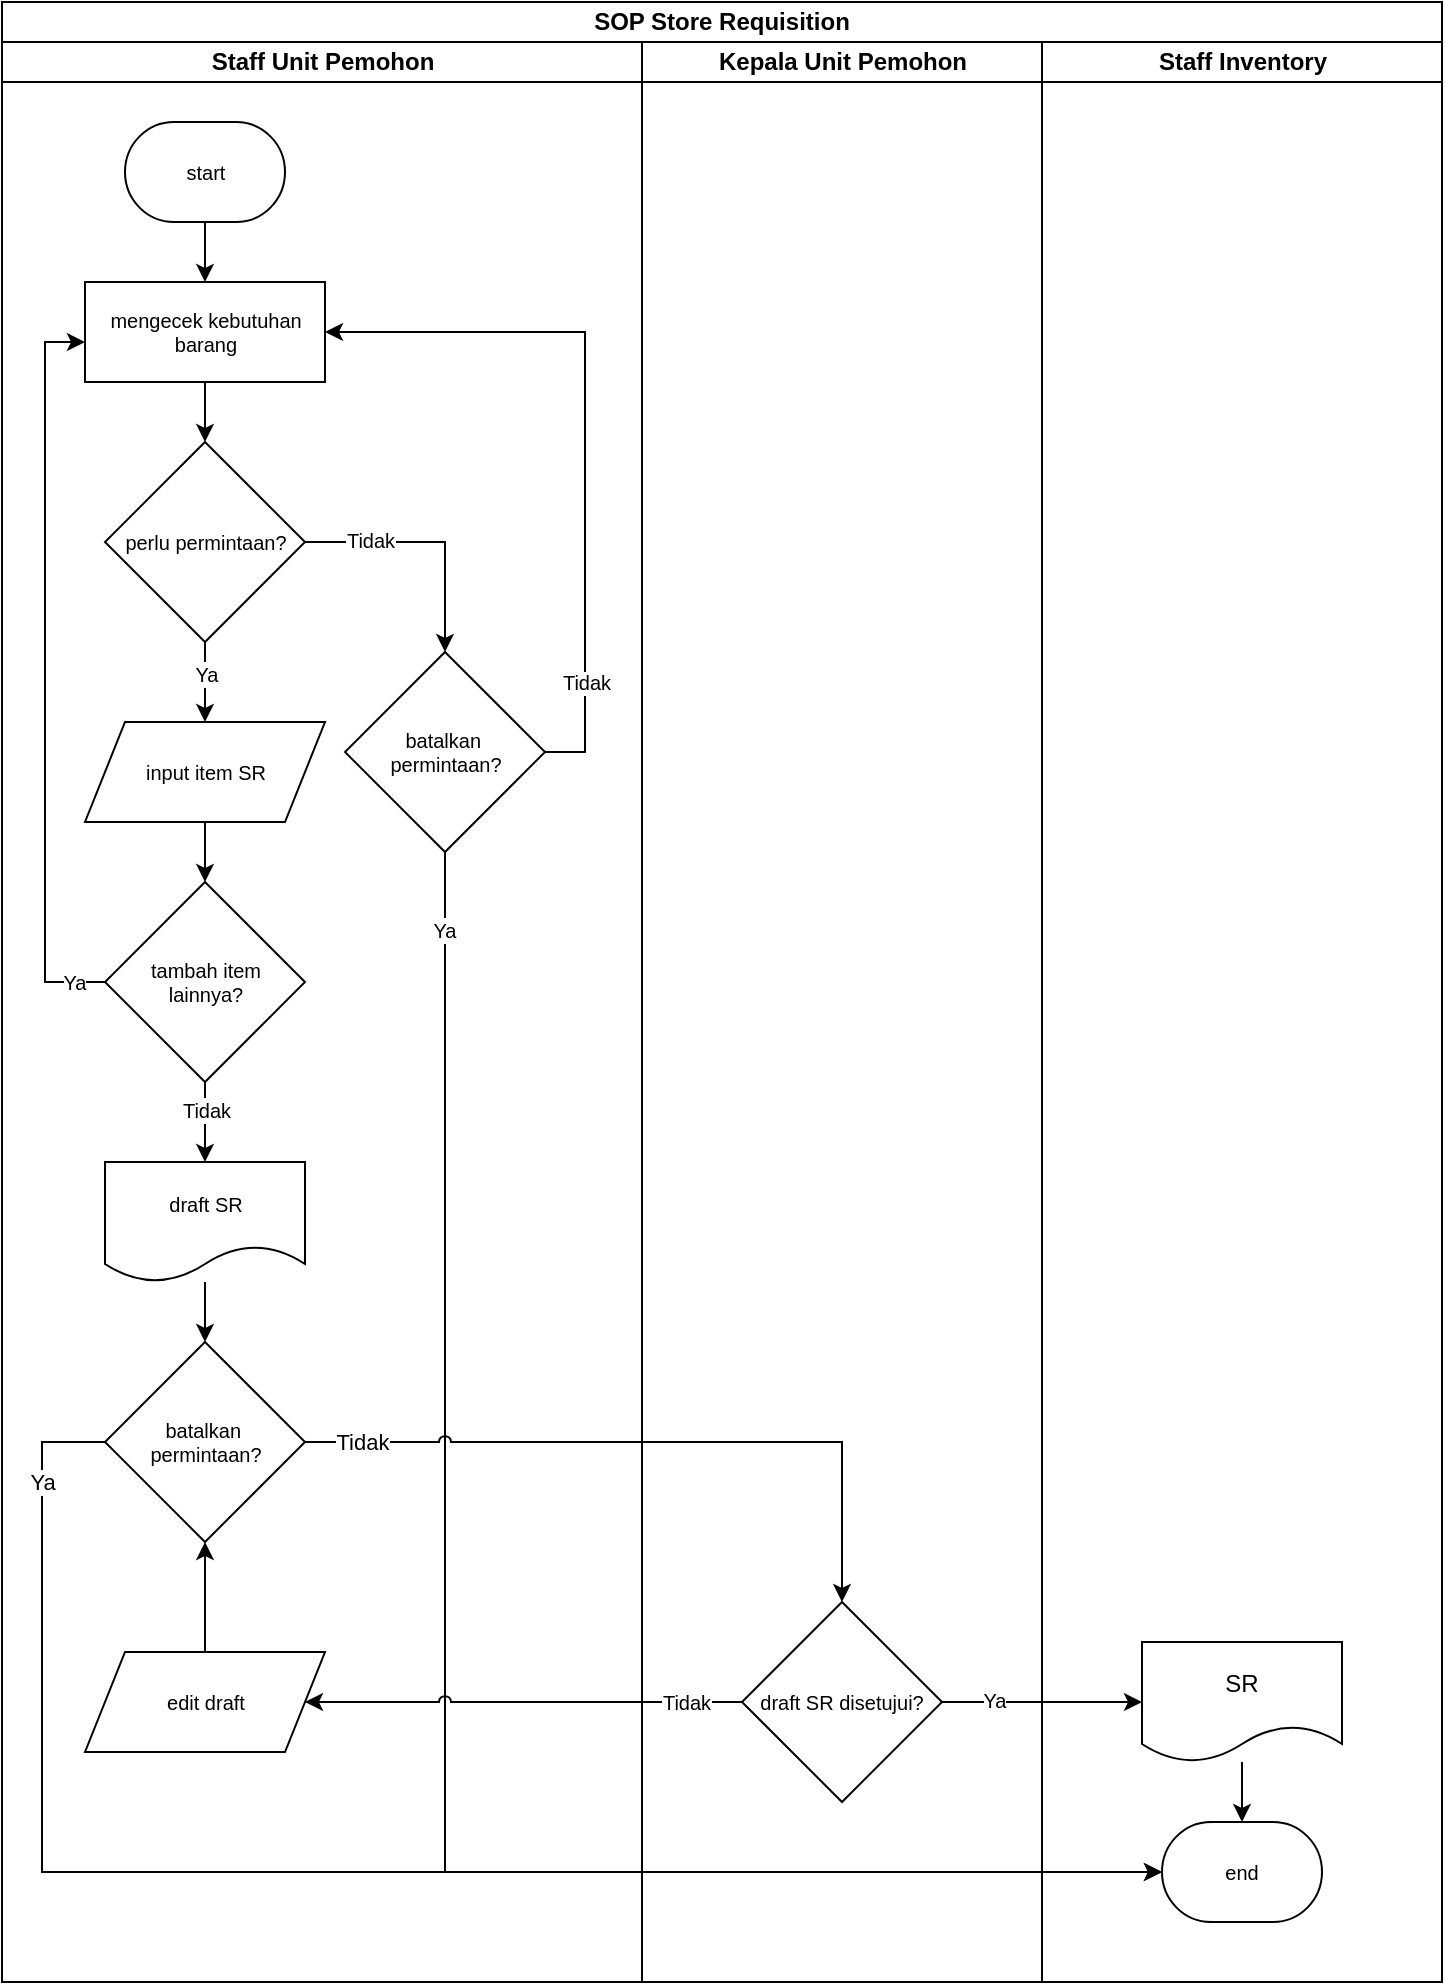
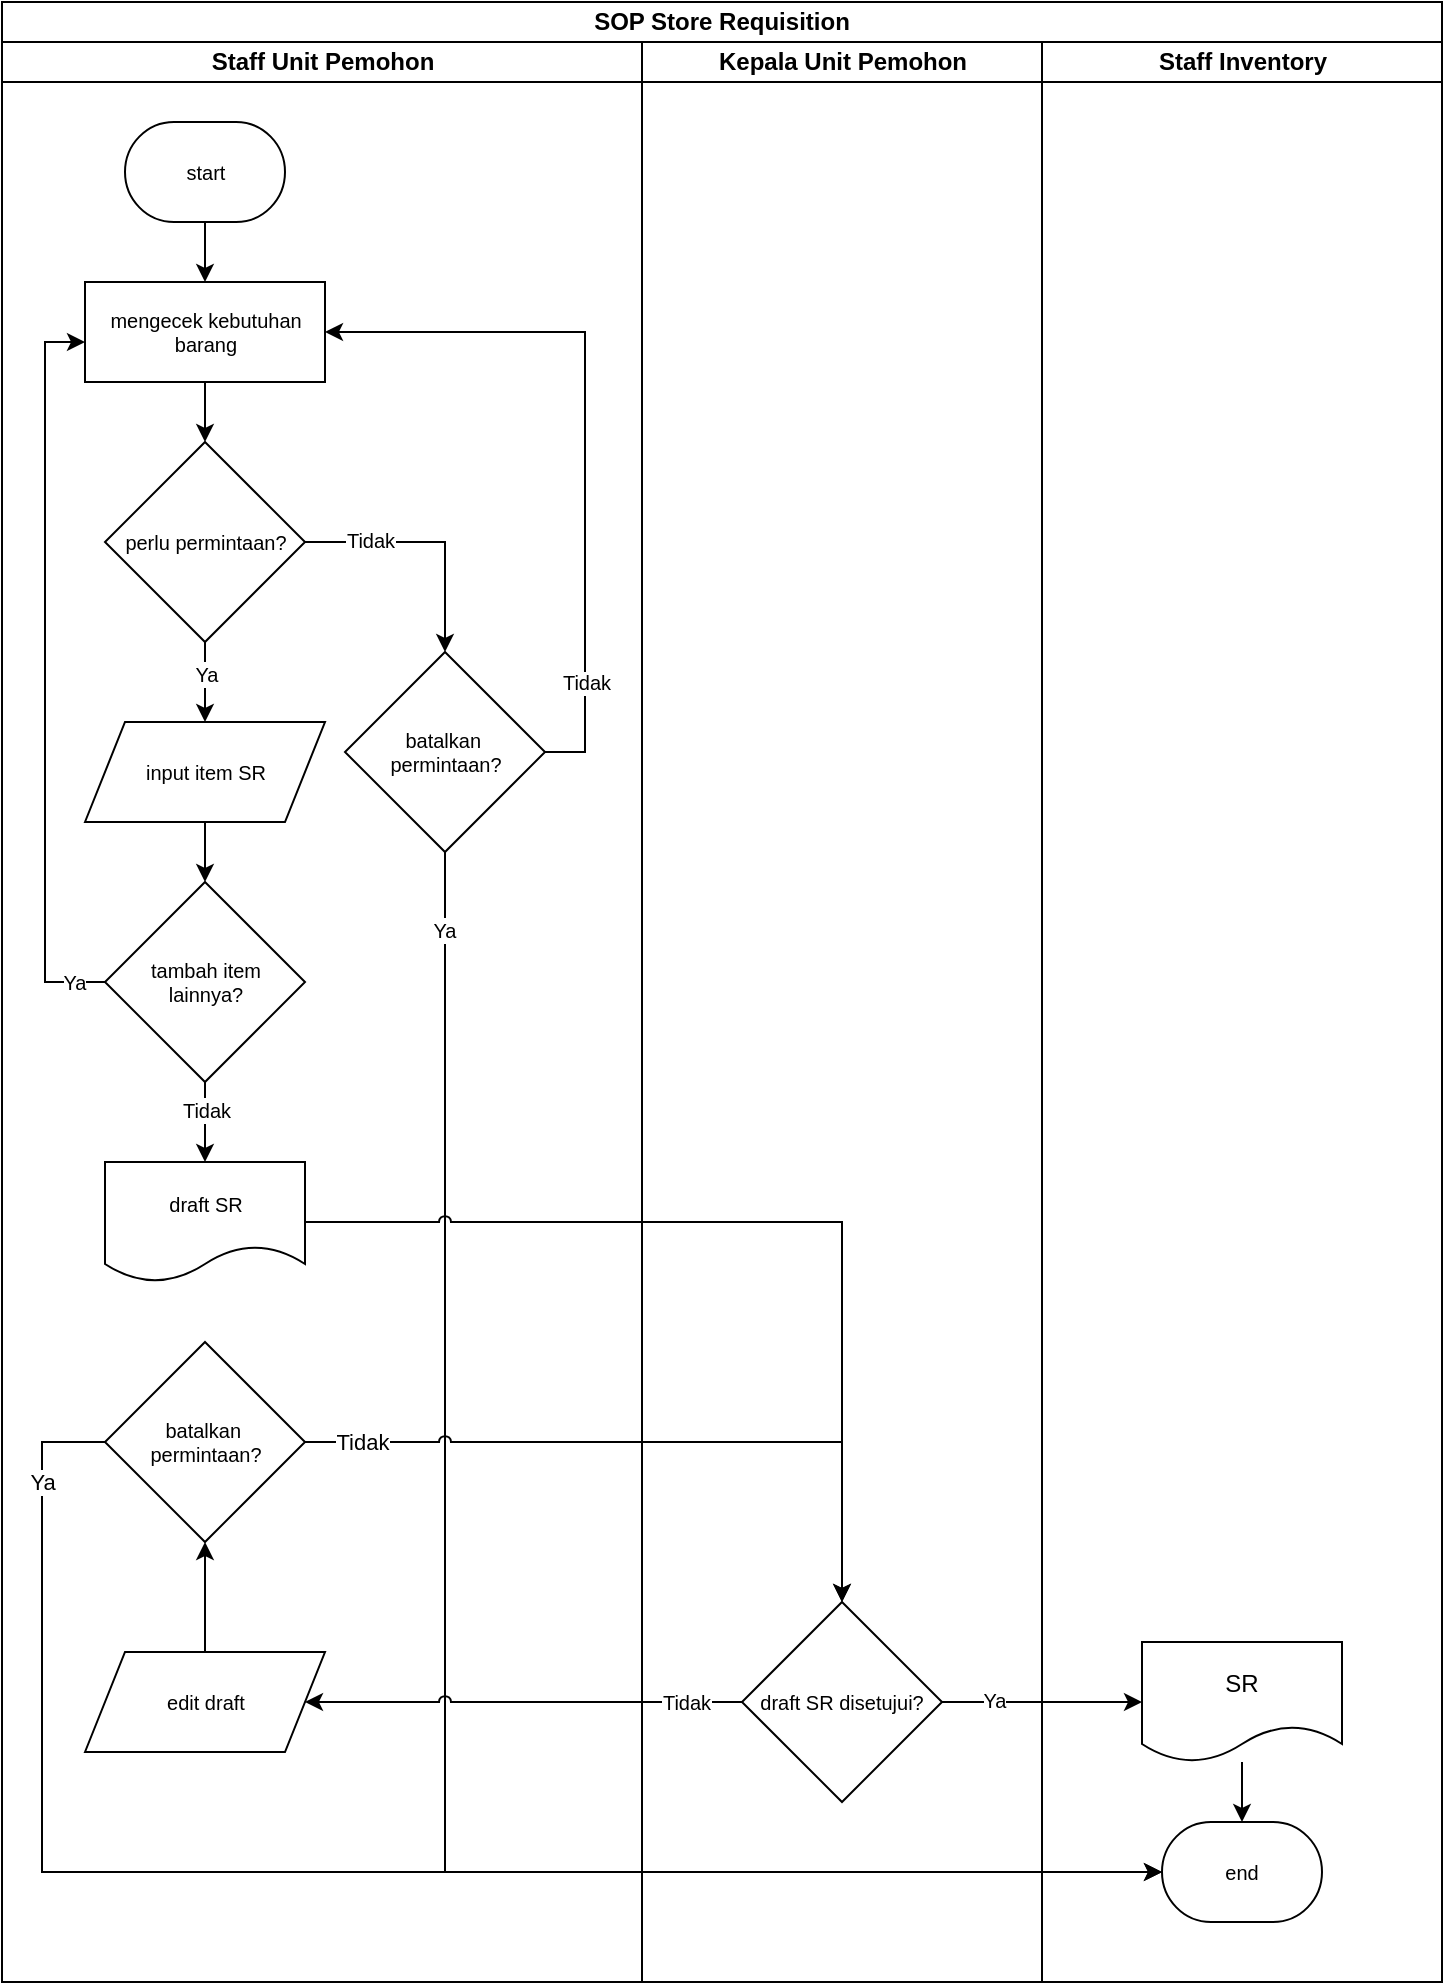
<mxfile host="app.diagrams.net" pages="2">
  <diagram name="SOP SR" id="mYAdajV0IufZudDyt58S">
    <mxGraphModel dx="673" dy="379" grid="1" gridSize="10" guides="1" tooltips="1" connect="1" arrows="1" fold="1" page="1" pageScale="1" pageWidth="850" pageHeight="1100" math="0" shadow="0">
      <root>
        <mxCell id="ewqPmyVIHkz6pLOVAfYW-0" />
        <mxCell id="ewqPmyVIHkz6pLOVAfYW-1" parent="ewqPmyVIHkz6pLOVAfYW-0" />
        <mxCell id="ewqPmyVIHkz6pLOVAfYW-2" parent="ewqPmyVIHkz6pLOVAfYW-1" style="swimlane;html=1;childLayout=stackLayout;resizeParent=1;resizeParentMax=0;startSize=20;whiteSpace=wrap;" value="SOP Store Requisition" vertex="1">
          <mxGeometry height="990" width="720" x="600" y="330" as="geometry">
            <mxRectangle height="30" width="210" x="140" y="110" as="alternateBounds" />
          </mxGeometry>
        </mxCell>
        <mxCell id="ewqPmyVIHkz6pLOVAfYW-3" parent="ewqPmyVIHkz6pLOVAfYW-2" style="swimlane;html=1;startSize=20;" value="Staff Unit Pemohon" vertex="1">
          <mxGeometry height="970" width="320" y="20" as="geometry" />
        </mxCell>
        <mxCell id="ewqPmyVIHkz6pLOVAfYW-4" parent="ewqPmyVIHkz6pLOVAfYW-3" style="strokeWidth=1;html=1;shape=mxgraph.flowchart.terminator;whiteSpace=wrap;fontSize=10;align=center;horizontal=1;spacing=0;" value="start" vertex="1">
          <mxGeometry height="50" width="80" x="61.5" y="40" as="geometry" />
        </mxCell>
        <mxCell id="ewqPmyVIHkz6pLOVAfYW-5" parent="ewqPmyVIHkz6pLOVAfYW-3" style="rounded=0;whiteSpace=wrap;html=1;absoluteArcSize=1;arcSize=7;strokeWidth=1;fontSize=10;" value="mengecek kebutuhan barang" vertex="1">
          <mxGeometry height="50" width="120" x="41.5" y="120" as="geometry" />
        </mxCell>
        <mxCell id="ewqPmyVIHkz6pLOVAfYW-6" edge="1" parent="ewqPmyVIHkz6pLOVAfYW-3" source="ewqPmyVIHkz6pLOVAfYW-5" style="edgeStyle=orthogonalEdgeStyle;rounded=0;orthogonalLoop=1;jettySize=auto;html=1;" value="">
          <mxGeometry relative="1" as="geometry">
            <mxPoint x="101.5" y="200" as="targetPoint" />
          </mxGeometry>
        </mxCell>
        <mxCell id="ewqPmyVIHkz6pLOVAfYW-7" edge="1" parent="ewqPmyVIHkz6pLOVAfYW-3" source="ewqPmyVIHkz6pLOVAfYW-4" style="edgeStyle=orthogonalEdgeStyle;rounded=0;orthogonalLoop=1;jettySize=auto;html=1;" target="ewqPmyVIHkz6pLOVAfYW-5" value="">
          <mxGeometry relative="1" as="geometry" />
        </mxCell>
        <mxCell id="ewqPmyVIHkz6pLOVAfYW-8" edge="1" parent="ewqPmyVIHkz6pLOVAfYW-3" source="ewqPmyVIHkz6pLOVAfYW-9" style="edgeStyle=orthogonalEdgeStyle;rounded=0;orthogonalLoop=1;jettySize=auto;html=1;entryX=0.5;entryY=0;entryDx=0;entryDy=0;" target="ewqPmyVIHkz6pLOVAfYW-14" value="">
          <mxGeometry relative="1" as="geometry">
            <mxPoint x="101.52564102564111" y="330" as="targetPoint" />
          </mxGeometry>
        </mxCell>
        <mxCell id="OhGSODvtPTQOCyl8h_7D-8" connectable="0" parent="ewqPmyVIHkz6pLOVAfYW-8" style="edgeLabel;html=1;align=center;verticalAlign=middle;resizable=0;points=[];" value="&lt;font style=&quot;font-size: 10px;&quot;&gt;Ya&lt;/font&gt;" vertex="1">
          <mxGeometry relative="1" x="-0.6444" y="-1" as="geometry">
            <mxPoint x="1" y="9" as="offset" />
          </mxGeometry>
        </mxCell>
        <mxCell id="ewqPmyVIHkz6pLOVAfYW-9" parent="ewqPmyVIHkz6pLOVAfYW-3" style="rhombus;whiteSpace=wrap;html=1;fontSize=10;" value="perlu permintaan?" vertex="1">
          <mxGeometry height="100" width="100" x="51.5" y="200" as="geometry" />
        </mxCell>
        <mxCell id="ewqPmyVIHkz6pLOVAfYW-10" edge="1" parent="ewqPmyVIHkz6pLOVAfYW-3" source="ewqPmyVIHkz6pLOVAfYW-14" style="edgeStyle=orthogonalEdgeStyle;rounded=0;orthogonalLoop=1;jettySize=auto;html=1;" target="ewqPmyVIHkz6pLOVAfYW-13" value="">
          <mxGeometry relative="1" as="geometry">
            <Array as="points" />
            <mxPoint x="101.5" y="380" as="sourcePoint" />
          </mxGeometry>
        </mxCell>
        <mxCell id="ewqPmyVIHkz6pLOVAfYW-11" edge="1" parent="ewqPmyVIHkz6pLOVAfYW-3" source="ewqPmyVIHkz6pLOVAfYW-13" style="edgeStyle=orthogonalEdgeStyle;rounded=0;orthogonalLoop=1;jettySize=auto;html=1;" target="ewqPmyVIHkz6pLOVAfYW-5">
          <mxGeometry relative="1" as="geometry">
            <Array as="points">
              <mxPoint x="21.5" y="470" />
              <mxPoint x="21.5" y="150" />
            </Array>
            <mxPoint x="101.5" y="110" as="targetPoint" />
          </mxGeometry>
        </mxCell>
        <mxCell id="OhGSODvtPTQOCyl8h_7D-11" connectable="0" parent="ewqPmyVIHkz6pLOVAfYW-11" style="edgeLabel;html=1;align=center;verticalAlign=middle;resizable=0;points=[];" value="&lt;font style=&quot;font-size: 10px;&quot;&gt;Ya&lt;/font&gt;" vertex="1">
          <mxGeometry relative="1" x="-0.913" as="geometry">
            <mxPoint as="offset" />
          </mxGeometry>
        </mxCell>
        <mxCell id="ewqPmyVIHkz6pLOVAfYW-12" edge="1" parent="ewqPmyVIHkz6pLOVAfYW-3" source="ewqPmyVIHkz6pLOVAfYW-13" style="edgeStyle=orthogonalEdgeStyle;rounded=0;orthogonalLoop=1;jettySize=auto;html=1;entryX=0.5;entryY=0;entryDx=0;entryDy=0;" target="ewqPmyVIHkz6pLOVAfYW-15" value="">
          <mxGeometry relative="1" as="geometry">
            <mxPoint x="101.5" y="550" as="targetPoint" />
          </mxGeometry>
        </mxCell>
        <mxCell id="OhGSODvtPTQOCyl8h_7D-13" connectable="0" parent="ewqPmyVIHkz6pLOVAfYW-12" style="edgeLabel;html=1;align=center;verticalAlign=middle;resizable=0;points=[];" value="&lt;font style=&quot;font-size: 10px;&quot;&gt;Tidak&lt;/font&gt;" vertex="1">
          <mxGeometry relative="1" x="-0.49" y="-1" as="geometry">
            <mxPoint x="1" y="4" as="offset" />
          </mxGeometry>
        </mxCell>
        <mxCell id="ewqPmyVIHkz6pLOVAfYW-13" parent="ewqPmyVIHkz6pLOVAfYW-3" style="rhombus;whiteSpace=wrap;html=1;fontSize=10;" value="tambah item&lt;div&gt;lainnya?&lt;/div&gt;" vertex="1">
          <mxGeometry height="100" width="100" x="51.5" y="420" as="geometry" />
        </mxCell>
        <mxCell id="ewqPmyVIHkz6pLOVAfYW-14" parent="ewqPmyVIHkz6pLOVAfYW-3" style="shape=parallelogram;perimeter=parallelogramPerimeter;whiteSpace=wrap;html=1;fixedSize=1;" value="&lt;div style=&quot;&quot;&gt;&lt;span style=&quot;font-size: 10px;&quot;&gt;input item SR&lt;/span&gt;&lt;/div&gt;" vertex="1">
          <mxGeometry height="50" width="120" x="41.5" y="340" as="geometry" />
        </mxCell>
-         <mxCell id="OhGSODvtPTQOCyl8h_7D-12" edge="1" parent="ewqPmyVIHkz6pLOVAfYW-3" source="ewqPmyVIHkz6pLOVAfYW-15" style="edgeStyle=orthogonalEdgeStyle;rounded=0;orthogonalLoop=1;jettySize=auto;html=1;entryX=0.5;entryY=0;entryDx=0;entryDy=0;" target="OhGSODvtPTQOCyl8h_7D-0">
-           <mxGeometry relative="1" as="geometry" />
-         </mxCell>
        <mxCell id="ewqPmyVIHkz6pLOVAfYW-15" parent="ewqPmyVIHkz6pLOVAfYW-3" style="shape=document;whiteSpace=wrap;html=1;boundedLbl=1;" value="&lt;font style=&quot;font-size: 10px;&quot;&gt;draft SR&lt;/font&gt;" vertex="1">
          <mxGeometry height="60" width="100" x="51.5" y="560" as="geometry" />
        </mxCell>
        <mxCell id="ewqPmyVIHkz6pLOVAfYW-18" edge="1" parent="ewqPmyVIHkz6pLOVAfYW-3" source="ewqPmyVIHkz6pLOVAfYW-9" style="edgeStyle=orthogonalEdgeStyle;rounded=0;orthogonalLoop=1;jettySize=auto;html=1;" target="ewqPmyVIHkz6pLOVAfYW-20">
          <mxGeometry relative="1" as="geometry">
            <Array as="points">
              <mxPoint x="221.5" y="250" />
            </Array>
          </mxGeometry>
        </mxCell>
        <mxCell id="OhGSODvtPTQOCyl8h_7D-7" connectable="0" parent="ewqPmyVIHkz6pLOVAfYW-18" style="edgeLabel;html=1;align=center;verticalAlign=middle;resizable=0;points=[];" value="&lt;span style=&quot;font-size: 10px; white-space: normal;&quot;&gt;Tidak&lt;/span&gt;" vertex="1">
          <mxGeometry relative="1" x="-0.4896" y="1" as="geometry">
            <mxPoint as="offset" />
          </mxGeometry>
        </mxCell>
        <mxCell id="ewqPmyVIHkz6pLOVAfYW-19" edge="1" parent="ewqPmyVIHkz6pLOVAfYW-3" source="ewqPmyVIHkz6pLOVAfYW-20" style="edgeStyle=orthogonalEdgeStyle;rounded=0;orthogonalLoop=1;jettySize=auto;html=1;" target="ewqPmyVIHkz6pLOVAfYW-5">
          <mxGeometry relative="1" as="geometry">
            <Array as="points">
              <mxPoint x="291.5" y="355" />
              <mxPoint x="291.5" y="145" />
            </Array>
          </mxGeometry>
        </mxCell>
        <mxCell id="OhGSODvtPTQOCyl8h_7D-6" connectable="0" parent="ewqPmyVIHkz6pLOVAfYW-19" style="edgeLabel;html=1;align=center;verticalAlign=middle;resizable=0;points=[];fontSize=10;" value="Tidak" vertex="1">
          <mxGeometry relative="1" x="-0.5585" as="geometry">
            <mxPoint y="24" as="offset" />
          </mxGeometry>
        </mxCell>
        <mxCell id="ewqPmyVIHkz6pLOVAfYW-20" parent="ewqPmyVIHkz6pLOVAfYW-3" style="rhombus;whiteSpace=wrap;html=1;fontSize=10;" value="batalkan&amp;nbsp;&lt;div&gt;permintaan?&lt;/div&gt;" vertex="1">
          <mxGeometry height="100" width="100" x="171.5" y="305" as="geometry" />
        </mxCell>
        <mxCell id="OhGSODvtPTQOCyl8h_7D-0" parent="ewqPmyVIHkz6pLOVAfYW-3" style="rhombus;whiteSpace=wrap;html=1;fontSize=10;" value="batalkan&amp;nbsp;&lt;div&gt;permintaan?&lt;/div&gt;" vertex="1">
          <mxGeometry height="100" width="100" x="51.5" y="650" as="geometry" />
        </mxCell>
        <mxCell id="ewqPmyVIHkz6pLOVAfYW-16" edge="1" parent="ewqPmyVIHkz6pLOVAfYW-3" source="ewqPmyVIHkz6pLOVAfYW-17" style="edgeStyle=orthogonalEdgeStyle;rounded=0;orthogonalLoop=1;jettySize=auto;html=1;entryX=0.5;entryY=1;entryDx=0;entryDy=0;" target="OhGSODvtPTQOCyl8h_7D-0" value="">
          <mxGeometry relative="1" as="geometry">
            <mxPoint x="131.5" y="770" as="targetPoint" />
          </mxGeometry>
        </mxCell>
        <mxCell id="ewqPmyVIHkz6pLOVAfYW-17" parent="ewqPmyVIHkz6pLOVAfYW-3" style="shape=parallelogram;perimeter=parallelogramPerimeter;whiteSpace=wrap;html=1;fixedSize=1;" value="&lt;span style=&quot;font-size: 10px;&quot;&gt;edit draft&lt;/span&gt;" vertex="1">
          <mxGeometry height="50" width="120" x="41.5" y="805" as="geometry" />
        </mxCell>
        <mxCell id="ewqPmyVIHkz6pLOVAfYW-27" parent="ewqPmyVIHkz6pLOVAfYW-2" style="swimlane;html=1;startSize=20;" value="Kepala Unit Pemohon" vertex="1">
          <mxGeometry height="970" width="200" x="320" y="20" as="geometry" />
        </mxCell>
        <mxCell id="ewqPmyVIHkz6pLOVAfYW-31" parent="ewqPmyVIHkz6pLOVAfYW-2" style="swimlane;html=1;startSize=20;" value="Staff Inventory" vertex="1">
          <mxGeometry height="970" width="200" x="520" y="20" as="geometry">
            <mxRectangle height="810" width="40" x="490" y="20" as="alternateBounds" />
          </mxGeometry>
        </mxCell>
        <mxCell id="ewqPmyVIHkz6pLOVAfYW-28" parent="ewqPmyVIHkz6pLOVAfYW-31" style="rhombus;whiteSpace=wrap;html=1;fontSize=10;" value="draft SR disetujui?" vertex="1">
          <mxGeometry height="100" width="100" x="-150" y="780" as="geometry" />
        </mxCell>
        <mxCell id="ewqPmyVIHkz6pLOVAfYW-32" edge="1" parent="ewqPmyVIHkz6pLOVAfYW-31" source="ewqPmyVIHkz6pLOVAfYW-33" style="edgeStyle=orthogonalEdgeStyle;rounded=0;orthogonalLoop=1;jettySize=auto;html=1;" target="ewqPmyVIHkz6pLOVAfYW-34" value="">
          <mxGeometry relative="1" as="geometry" />
        </mxCell>
        <mxCell id="ewqPmyVIHkz6pLOVAfYW-33" parent="ewqPmyVIHkz6pLOVAfYW-31" style="shape=document;whiteSpace=wrap;html=1;boundedLbl=1;" value="SR" vertex="1">
          <mxGeometry height="60" width="100" x="50" y="800" as="geometry" />
        </mxCell>
        <mxCell id="ewqPmyVIHkz6pLOVAfYW-34" parent="ewqPmyVIHkz6pLOVAfYW-31" style="strokeWidth=1;html=1;shape=mxgraph.flowchart.terminator;whiteSpace=wrap;fontSize=10;align=center;horizontal=1;spacing=0;" value="end" vertex="1">
          <mxGeometry height="50" width="80" x="60" y="890" as="geometry" />
        </mxCell>
        <mxCell id="ewqPmyVIHkz6pLOVAfYW-36" edge="1" parent="ewqPmyVIHkz6pLOVAfYW-31" source="ewqPmyVIHkz6pLOVAfYW-28" style="edgeStyle=orthogonalEdgeStyle;rounded=0;orthogonalLoop=1;jettySize=auto;html=1;" target="ewqPmyVIHkz6pLOVAfYW-33" value="">
          <mxGeometry relative="1" as="geometry" />
        </mxCell>
        <mxCell id="OhGSODvtPTQOCyl8h_7D-15" connectable="0" parent="ewqPmyVIHkz6pLOVAfYW-36" style="edgeLabel;html=1;align=center;verticalAlign=middle;resizable=0;points=[];" value="&lt;font style=&quot;font-size: 10px;&quot;&gt;Ya&lt;/font&gt;" vertex="1">
          <mxGeometry relative="1" x="-0.479" y="1" as="geometry">
            <mxPoint as="offset" />
          </mxGeometry>
        </mxCell>
        <mxCell id="ewqPmyVIHkz6pLOVAfYW-38" edge="1" parent="ewqPmyVIHkz6pLOVAfYW-2" source="ewqPmyVIHkz6pLOVAfYW-20" style="edgeStyle=orthogonalEdgeStyle;rounded=0;orthogonalLoop=1;jettySize=auto;html=1;jumpStyle=arc;" target="ewqPmyVIHkz6pLOVAfYW-34">
          <mxGeometry relative="1" as="geometry">
            <Array as="points">
              <mxPoint x="222" y="935" />
            </Array>
          </mxGeometry>
        </mxCell>
        <mxCell id="OhGSODvtPTQOCyl8h_7D-10" connectable="0" parent="ewqPmyVIHkz6pLOVAfYW-38" style="edgeLabel;html=1;align=center;verticalAlign=middle;resizable=0;points=[];" value="&lt;font style=&quot;font-size: 10px;&quot;&gt;Ya&lt;/font&gt;" vertex="1">
          <mxGeometry relative="1" x="-0.9101" y="-1" as="geometry">
            <mxPoint as="offset" />
          </mxGeometry>
        </mxCell>
        <mxCell id="ewqPmyVIHkz6pLOVAfYW-35" edge="1" parent="ewqPmyVIHkz6pLOVAfYW-2" source="OhGSODvtPTQOCyl8h_7D-0" style="edgeStyle=orthogonalEdgeStyle;rounded=0;orthogonalLoop=1;jettySize=auto;html=1;exitX=1;exitY=0.5;exitDx=0;exitDy=0;jumpStyle=arc;" target="ewqPmyVIHkz6pLOVAfYW-28">
          <mxGeometry relative="1" as="geometry">
            <mxPoint x="170" y="760" as="sourcePoint" />
          </mxGeometry>
        </mxCell>
        <mxCell id="OhGSODvtPTQOCyl8h_7D-3" connectable="0" parent="ewqPmyVIHkz6pLOVAfYW-35" style="edgeLabel;html=1;align=center;verticalAlign=middle;resizable=0;points=[];" value="Tidak" vertex="1">
          <mxGeometry relative="1" x="-0.7504" y="-1" as="geometry">
            <mxPoint x="-15" y="-1" as="offset" />
          </mxGeometry>
        </mxCell>
        <mxCell id="OhGSODvtPTQOCyl8h_7D-1" edge="1" parent="ewqPmyVIHkz6pLOVAfYW-2" source="OhGSODvtPTQOCyl8h_7D-0" style="edgeStyle=orthogonalEdgeStyle;rounded=0;orthogonalLoop=1;jettySize=auto;html=1;entryX=0;entryY=0.5;entryDx=0;entryDy=0;entryPerimeter=0;jumpStyle=arc;" target="ewqPmyVIHkz6pLOVAfYW-34">
          <mxGeometry relative="1" as="geometry">
            <Array as="points">
              <mxPoint x="20" y="720" />
              <mxPoint x="20" y="935" />
            </Array>
          </mxGeometry>
        </mxCell>
        <mxCell id="OhGSODvtPTQOCyl8h_7D-2" connectable="0" parent="OhGSODvtPTQOCyl8h_7D-1" style="edgeLabel;html=1;align=center;verticalAlign=middle;resizable=0;points=[];" value="Ya" vertex="1">
          <mxGeometry relative="1" x="-0.9591" y="-1" as="geometry">
            <mxPoint x="-15" y="21" as="offset" />
          </mxGeometry>
        </mxCell>
        <mxCell id="ewqPmyVIHkz6pLOVAfYW-37" edge="1" parent="ewqPmyVIHkz6pLOVAfYW-2" source="ewqPmyVIHkz6pLOVAfYW-28" style="edgeStyle=orthogonalEdgeStyle;rounded=0;orthogonalLoop=1;jettySize=auto;html=1;jumpStyle=arc;" target="ewqPmyVIHkz6pLOVAfYW-17">
          <mxGeometry relative="1" as="geometry">
            <Array as="points" />
            <mxPoint x="130" y="850" as="targetPoint" />
          </mxGeometry>
        </mxCell>
        <mxCell id="OhGSODvtPTQOCyl8h_7D-14" connectable="0" parent="ewqPmyVIHkz6pLOVAfYW-37" style="edgeLabel;html=1;align=center;verticalAlign=middle;resizable=0;points=[];" value="&lt;font style=&quot;font-size: 10px;&quot;&gt;Tidak&lt;/font&gt;" vertex="1">
          <mxGeometry relative="1" x="-0.7459" as="geometry">
            <mxPoint as="offset" />
          </mxGeometry>
+         </mxCell>
+         <mxCell id="OhGSODvtPTQOCyl8h_7D-16" edge="1" parent="ewqPmyVIHkz6pLOVAfYW-2" source="ewqPmyVIHkz6pLOVAfYW-15" style="edgeStyle=orthogonalEdgeStyle;rounded=0;orthogonalLoop=1;jettySize=auto;html=1;entryX=0.5;entryY=0;entryDx=0;entryDy=0;jumpStyle=arc;" target="ewqPmyVIHkz6pLOVAfYW-28">
+           <mxGeometry relative="1" as="geometry" />
        </mxCell>
      </root>
    </mxGraphModel>
  </diagram>
  <diagram name="SOP PR" id="-7YdF_Z_4hD_neaPn9do">
    <mxGraphModel dx="849" dy="478" grid="1" gridSize="10" guides="1" tooltips="1" connect="1" arrows="1" fold="1" page="1" pageScale="1" pageWidth="850" pageHeight="1100" math="0" shadow="0">
      <root>
        <mxCell id="0" />
        <mxCell id="1" parent="0" />
        <mxCell id="FgAdxiRBUQnmOL_wIOqZ-3" parent="1" style="swimlane;html=1;childLayout=stackLayout;resizeParent=1;resizeParentMax=0;startSize=20;whiteSpace=wrap;" value="SOP Purchase Requisition" vertex="1">
          <mxGeometry height="830" width="690" x="610" y="360" as="geometry">
            <mxRectangle height="30" width="210" x="140" y="110" as="alternateBounds" />
          </mxGeometry>
        </mxCell>
        <mxCell id="FgAdxiRBUQnmOL_wIOqZ-4" parent="FgAdxiRBUQnmOL_wIOqZ-3" style="swimlane;html=1;startSize=20;" value="Staff Inventory" vertex="1">
          <mxGeometry height="810" width="290" y="20" as="geometry" />
        </mxCell>
        <mxCell id="FgAdxiRBUQnmOL_wIOqZ-5" parent="FgAdxiRBUQnmOL_wIOqZ-4" style="strokeWidth=1;html=1;shape=mxgraph.flowchart.terminator;whiteSpace=wrap;fontSize=10;align=center;horizontal=1;spacing=0;" value="start" vertex="1">
          <mxGeometry height="50" width="80" x="50" y="40" as="geometry" />
        </mxCell>
        <mxCell id="FgAdxiRBUQnmOL_wIOqZ-6" parent="FgAdxiRBUQnmOL_wIOqZ-4" style="rounded=0;whiteSpace=wrap;html=1;absoluteArcSize=1;arcSize=7;strokeWidth=1;fontSize=10;" value="mengecek stok&lt;div&gt;barang&lt;/div&gt;" vertex="1">
          <mxGeometry height="50" width="120" x="30" y="120" as="geometry" />
        </mxCell>
        <mxCell id="FgAdxiRBUQnmOL_wIOqZ-7" edge="1" parent="FgAdxiRBUQnmOL_wIOqZ-4" source="FgAdxiRBUQnmOL_wIOqZ-6" style="edgeStyle=orthogonalEdgeStyle;rounded=0;orthogonalLoop=1;jettySize=auto;html=1;" value="">
          <mxGeometry relative="1" as="geometry">
            <mxPoint x="90" y="200" as="targetPoint" />
          </mxGeometry>
        </mxCell>
        <mxCell id="FgAdxiRBUQnmOL_wIOqZ-8" edge="1" parent="FgAdxiRBUQnmOL_wIOqZ-4" source="FgAdxiRBUQnmOL_wIOqZ-5" style="edgeStyle=orthogonalEdgeStyle;rounded=0;orthogonalLoop=1;jettySize=auto;html=1;" target="FgAdxiRBUQnmOL_wIOqZ-6" value="">
          <mxGeometry relative="1" as="geometry" />
        </mxCell>
        <mxCell id="FgAdxiRBUQnmOL_wIOqZ-9" edge="1" parent="FgAdxiRBUQnmOL_wIOqZ-4" source="FgAdxiRBUQnmOL_wIOqZ-10" style="edgeStyle=orthogonalEdgeStyle;rounded=0;orthogonalLoop=1;jettySize=auto;html=1;" value="">
          <mxGeometry relative="1" as="geometry">
            <mxPoint x="90.02564102564111" y="330" as="targetPoint" />
          </mxGeometry>
        </mxCell>
        <mxCell id="FgAdxiRBUQnmOL_wIOqZ-10" parent="FgAdxiRBUQnmOL_wIOqZ-4" style="rhombus;whiteSpace=wrap;html=1;fontSize=10;" value="perlu&lt;div&gt;pengadaan?&lt;/div&gt;" vertex="1">
          <mxGeometry height="100" width="100" x="40" y="200" as="geometry" />
        </mxCell>
        <mxCell id="FgAdxiRBUQnmOL_wIOqZ-11" edge="1" parent="FgAdxiRBUQnmOL_wIOqZ-4" source="FgAdxiRBUQnmOL_wIOqZ-15" style="edgeStyle=orthogonalEdgeStyle;rounded=0;orthogonalLoop=1;jettySize=auto;html=1;" target="FgAdxiRBUQnmOL_wIOqZ-14" value="">
          <mxGeometry relative="1" as="geometry">
            <Array as="points" />
            <mxPoint x="90" y="380" as="sourcePoint" />
          </mxGeometry>
        </mxCell>
        <mxCell id="FgAdxiRBUQnmOL_wIOqZ-12" edge="1" parent="FgAdxiRBUQnmOL_wIOqZ-4" source="FgAdxiRBUQnmOL_wIOqZ-14" style="edgeStyle=orthogonalEdgeStyle;rounded=0;orthogonalLoop=1;jettySize=auto;html=1;" target="FgAdxiRBUQnmOL_wIOqZ-6">
          <mxGeometry relative="1" as="geometry">
            <Array as="points">
              <mxPoint x="10" y="470" />
              <mxPoint x="10" y="150" />
            </Array>
            <mxPoint x="90" y="110" as="targetPoint" />
          </mxGeometry>
        </mxCell>
        <mxCell id="FgAdxiRBUQnmOL_wIOqZ-13" edge="1" parent="FgAdxiRBUQnmOL_wIOqZ-4" source="FgAdxiRBUQnmOL_wIOqZ-14" style="edgeStyle=orthogonalEdgeStyle;rounded=0;orthogonalLoop=1;jettySize=auto;html=1;" value="">
          <mxGeometry relative="1" as="geometry">
            <mxPoint x="90" y="550" as="targetPoint" />
          </mxGeometry>
        </mxCell>
        <mxCell id="FgAdxiRBUQnmOL_wIOqZ-14" parent="FgAdxiRBUQnmOL_wIOqZ-4" style="rhombus;whiteSpace=wrap;html=1;fontSize=10;" value="tambah item&lt;div&gt;lainnya?&lt;/div&gt;" vertex="1">
          <mxGeometry height="100" width="100" x="40" y="420" as="geometry" />
        </mxCell>
        <mxCell id="FgAdxiRBUQnmOL_wIOqZ-15" parent="FgAdxiRBUQnmOL_wIOqZ-4" style="shape=parallelogram;perimeter=parallelogramPerimeter;whiteSpace=wrap;html=1;fixedSize=1;" value="&lt;div style=&quot;font-size: 10px;&quot;&gt;&lt;font style=&quot;font-size: 10px;&quot;&gt;input&lt;/font&gt;&lt;/div&gt;&lt;div style=&quot;font-size: 10px;&quot;&gt;&lt;font style=&quot;font-size: 10px;&quot;&gt;item PR&lt;/font&gt;&lt;/div&gt;" vertex="1">
          <mxGeometry height="50" width="120" x="30" y="330" as="geometry" />
        </mxCell>
        <mxCell id="FgAdxiRBUQnmOL_wIOqZ-16" parent="FgAdxiRBUQnmOL_wIOqZ-4" style="shape=document;whiteSpace=wrap;html=1;boundedLbl=1;" value="&lt;font style=&quot;font-size: 10px;&quot;&gt;draft PR&lt;/font&gt;" vertex="1">
          <mxGeometry height="60" width="100" x="40" y="550" as="geometry" />
        </mxCell>
        <mxCell id="FgAdxiRBUQnmOL_wIOqZ-17" edge="1" parent="FgAdxiRBUQnmOL_wIOqZ-4" source="FgAdxiRBUQnmOL_wIOqZ-18" style="edgeStyle=orthogonalEdgeStyle;rounded=0;orthogonalLoop=1;jettySize=auto;html=1;" target="FgAdxiRBUQnmOL_wIOqZ-16" value="">
          <mxGeometry relative="1" as="geometry" />
        </mxCell>
        <mxCell id="FgAdxiRBUQnmOL_wIOqZ-18" parent="FgAdxiRBUQnmOL_wIOqZ-4" style="shape=parallelogram;perimeter=parallelogramPerimeter;whiteSpace=wrap;html=1;fixedSize=1;" value="&lt;span style=&quot;font-size: 10px;&quot;&gt;edit draft&lt;/span&gt;" vertex="1">
          <mxGeometry height="50" width="120" x="30" y="645" as="geometry" />
        </mxCell>
        <mxCell id="FgAdxiRBUQnmOL_wIOqZ-19" edge="1" parent="FgAdxiRBUQnmOL_wIOqZ-4" source="FgAdxiRBUQnmOL_wIOqZ-10" style="edgeStyle=orthogonalEdgeStyle;rounded=0;orthogonalLoop=1;jettySize=auto;html=1;" target="FgAdxiRBUQnmOL_wIOqZ-21">
          <mxGeometry relative="1" as="geometry">
            <Array as="points">
              <mxPoint x="210" y="250" />
            </Array>
          </mxGeometry>
        </mxCell>
        <mxCell id="FgAdxiRBUQnmOL_wIOqZ-20" edge="1" parent="FgAdxiRBUQnmOL_wIOqZ-4" source="FgAdxiRBUQnmOL_wIOqZ-21" style="edgeStyle=orthogonalEdgeStyle;rounded=0;orthogonalLoop=1;jettySize=auto;html=1;" target="FgAdxiRBUQnmOL_wIOqZ-6">
          <mxGeometry relative="1" as="geometry">
            <Array as="points">
              <mxPoint x="280" y="355" />
              <mxPoint x="280" y="145" />
            </Array>
          </mxGeometry>
        </mxCell>
        <mxCell id="FgAdxiRBUQnmOL_wIOqZ-21" parent="FgAdxiRBUQnmOL_wIOqZ-4" style="rhombus;whiteSpace=wrap;html=1;fontSize=10;" value="batalkan&lt;div&gt;pengadaan?&lt;/div&gt;" vertex="1">
          <mxGeometry height="100" width="100" x="160" y="305" as="geometry" />
        </mxCell>
        <mxCell id="FgAdxiRBUQnmOL_wIOqZ-22" parent="FgAdxiRBUQnmOL_wIOqZ-4" style="text;html=1;align=center;verticalAlign=middle;whiteSpace=wrap;rounded=0;" value="&lt;font style=&quot;font-size: 10px;&quot;&gt;tidak&lt;/font&gt;" vertex="1">
          <mxGeometry height="30" width="60" x="120" y="228" as="geometry" />
        </mxCell>
        <mxCell id="FgAdxiRBUQnmOL_wIOqZ-23" parent="FgAdxiRBUQnmOL_wIOqZ-4" style="text;html=1;align=center;verticalAlign=middle;whiteSpace=wrap;rounded=0;" value="&lt;font style=&quot;font-size: 10px;&quot;&gt;ya&lt;/font&gt;" vertex="1">
          <mxGeometry height="30" width="60" x="70" y="290" as="geometry" />
        </mxCell>
        <mxCell id="FgAdxiRBUQnmOL_wIOqZ-24" parent="FgAdxiRBUQnmOL_wIOqZ-4" style="text;html=1;align=center;verticalAlign=middle;whiteSpace=wrap;rounded=0;" value="&lt;font style=&quot;font-size: 10px;&quot;&gt;tidak&lt;/font&gt;" vertex="1">
          <mxGeometry height="30" width="60" x="237" y="330" as="geometry" />
        </mxCell>
        <mxCell id="FgAdxiRBUQnmOL_wIOqZ-25" parent="FgAdxiRBUQnmOL_wIOqZ-4" style="text;html=1;align=center;verticalAlign=middle;whiteSpace=wrap;rounded=0;" value="&lt;font style=&quot;font-size: 10px;&quot;&gt;ya&lt;/font&gt;" vertex="1">
          <mxGeometry height="30" width="60" x="190" y="390" as="geometry" />
        </mxCell>
        <mxCell id="FgAdxiRBUQnmOL_wIOqZ-26" parent="FgAdxiRBUQnmOL_wIOqZ-4" style="text;html=1;align=center;verticalAlign=middle;whiteSpace=wrap;rounded=0;" value="&lt;font style=&quot;font-size: 10px;&quot;&gt;tidak&lt;/font&gt;" vertex="1">
          <mxGeometry height="30" width="60" x="80" y="510" as="geometry" />
        </mxCell>
        <mxCell id="FgAdxiRBUQnmOL_wIOqZ-27" parent="FgAdxiRBUQnmOL_wIOqZ-4" style="text;html=1;align=center;verticalAlign=middle;whiteSpace=wrap;rounded=0;" value="&lt;font style=&quot;font-size: 10px;&quot;&gt;ya&lt;/font&gt;" vertex="1">
          <mxGeometry height="30" width="60" y="440" as="geometry" />
        </mxCell>
        <mxCell id="FgAdxiRBUQnmOL_wIOqZ-28" parent="FgAdxiRBUQnmOL_wIOqZ-3" style="swimlane;html=1;startSize=20;" value="Kepala Inventory" vertex="1">
          <mxGeometry height="810" width="200" x="290" y="20" as="geometry" />
        </mxCell>
        <mxCell id="FgAdxiRBUQnmOL_wIOqZ-29" parent="FgAdxiRBUQnmOL_wIOqZ-28" style="rhombus;whiteSpace=wrap;html=1;fontSize=10;" value="draft PR&lt;div&gt;disetujui?&lt;/div&gt;" vertex="1">
          <mxGeometry height="100" width="100" x="50" y="620" as="geometry" />
        </mxCell>
        <mxCell id="FgAdxiRBUQnmOL_wIOqZ-30" parent="FgAdxiRBUQnmOL_wIOqZ-28" style="text;html=1;align=center;verticalAlign=middle;whiteSpace=wrap;rounded=0;" value="&lt;font style=&quot;font-size: 10px;&quot;&gt;tidak&lt;/font&gt;" vertex="1">
          <mxGeometry height="30" width="60" x="10" y="640" as="geometry" />
        </mxCell>
        <mxCell id="FgAdxiRBUQnmOL_wIOqZ-31" parent="FgAdxiRBUQnmOL_wIOqZ-28" style="text;html=1;align=center;verticalAlign=middle;whiteSpace=wrap;rounded=0;" value="&lt;font style=&quot;font-size: 10px;&quot;&gt;ya&lt;/font&gt;" vertex="1">
          <mxGeometry height="30" width="60" x="130" y="640" as="geometry" />
        </mxCell>
        <mxCell id="FgAdxiRBUQnmOL_wIOqZ-32" parent="FgAdxiRBUQnmOL_wIOqZ-3" style="swimlane;html=1;startSize=20;" value="Staff Purchasing" vertex="1">
          <mxGeometry height="810" width="200" x="490" y="20" as="geometry">
            <mxRectangle height="810" width="40" x="490" y="20" as="alternateBounds" />
          </mxGeometry>
        </mxCell>
        <mxCell id="FgAdxiRBUQnmOL_wIOqZ-33" edge="1" parent="FgAdxiRBUQnmOL_wIOqZ-32" source="FgAdxiRBUQnmOL_wIOqZ-34" style="edgeStyle=orthogonalEdgeStyle;rounded=0;orthogonalLoop=1;jettySize=auto;html=1;" target="FgAdxiRBUQnmOL_wIOqZ-35" value="">
          <mxGeometry relative="1" as="geometry" />
        </mxCell>
        <mxCell id="FgAdxiRBUQnmOL_wIOqZ-34" parent="FgAdxiRBUQnmOL_wIOqZ-32" style="shape=document;whiteSpace=wrap;html=1;boundedLbl=1;" value="PR" vertex="1">
          <mxGeometry height="60" width="100" x="50" y="640" as="geometry" />
        </mxCell>
        <mxCell id="FgAdxiRBUQnmOL_wIOqZ-35" parent="FgAdxiRBUQnmOL_wIOqZ-32" style="strokeWidth=1;html=1;shape=mxgraph.flowchart.terminator;whiteSpace=wrap;fontSize=10;align=center;horizontal=1;spacing=0;" value="end" vertex="1">
          <mxGeometry height="50" width="80" x="60" y="730" as="geometry" />
        </mxCell>
        <mxCell id="FgAdxiRBUQnmOL_wIOqZ-36" edge="1" parent="FgAdxiRBUQnmOL_wIOqZ-3" source="FgAdxiRBUQnmOL_wIOqZ-16" style="edgeStyle=orthogonalEdgeStyle;rounded=0;orthogonalLoop=1;jettySize=auto;html=1;" target="FgAdxiRBUQnmOL_wIOqZ-29">
          <mxGeometry relative="1" as="geometry" />
        </mxCell>
        <mxCell id="FgAdxiRBUQnmOL_wIOqZ-37" edge="1" parent="FgAdxiRBUQnmOL_wIOqZ-3" source="FgAdxiRBUQnmOL_wIOqZ-29" style="edgeStyle=orthogonalEdgeStyle;rounded=0;orthogonalLoop=1;jettySize=auto;html=1;" target="FgAdxiRBUQnmOL_wIOqZ-34" value="">
          <mxGeometry relative="1" as="geometry" />
        </mxCell>
        <mxCell id="FgAdxiRBUQnmOL_wIOqZ-38" edge="1" parent="FgAdxiRBUQnmOL_wIOqZ-3" source="FgAdxiRBUQnmOL_wIOqZ-29" style="edgeStyle=orthogonalEdgeStyle;rounded=0;orthogonalLoop=1;jettySize=auto;html=1;" target="FgAdxiRBUQnmOL_wIOqZ-18">
          <mxGeometry relative="1" as="geometry">
            <Array as="points" />
            <mxPoint x="100" y="690" as="targetPoint" />
          </mxGeometry>
        </mxCell>
        <mxCell id="FgAdxiRBUQnmOL_wIOqZ-39" edge="1" parent="FgAdxiRBUQnmOL_wIOqZ-3" source="FgAdxiRBUQnmOL_wIOqZ-21" style="edgeStyle=orthogonalEdgeStyle;rounded=0;orthogonalLoop=1;jettySize=auto;html=1;jumpStyle=arc;" target="FgAdxiRBUQnmOL_wIOqZ-35">
          <mxGeometry relative="1" as="geometry">
            <Array as="points">
              <mxPoint x="210" y="780" />
            </Array>
          </mxGeometry>
        </mxCell>
      </root>
    </mxGraphModel>
  </diagram>
</mxfile>
